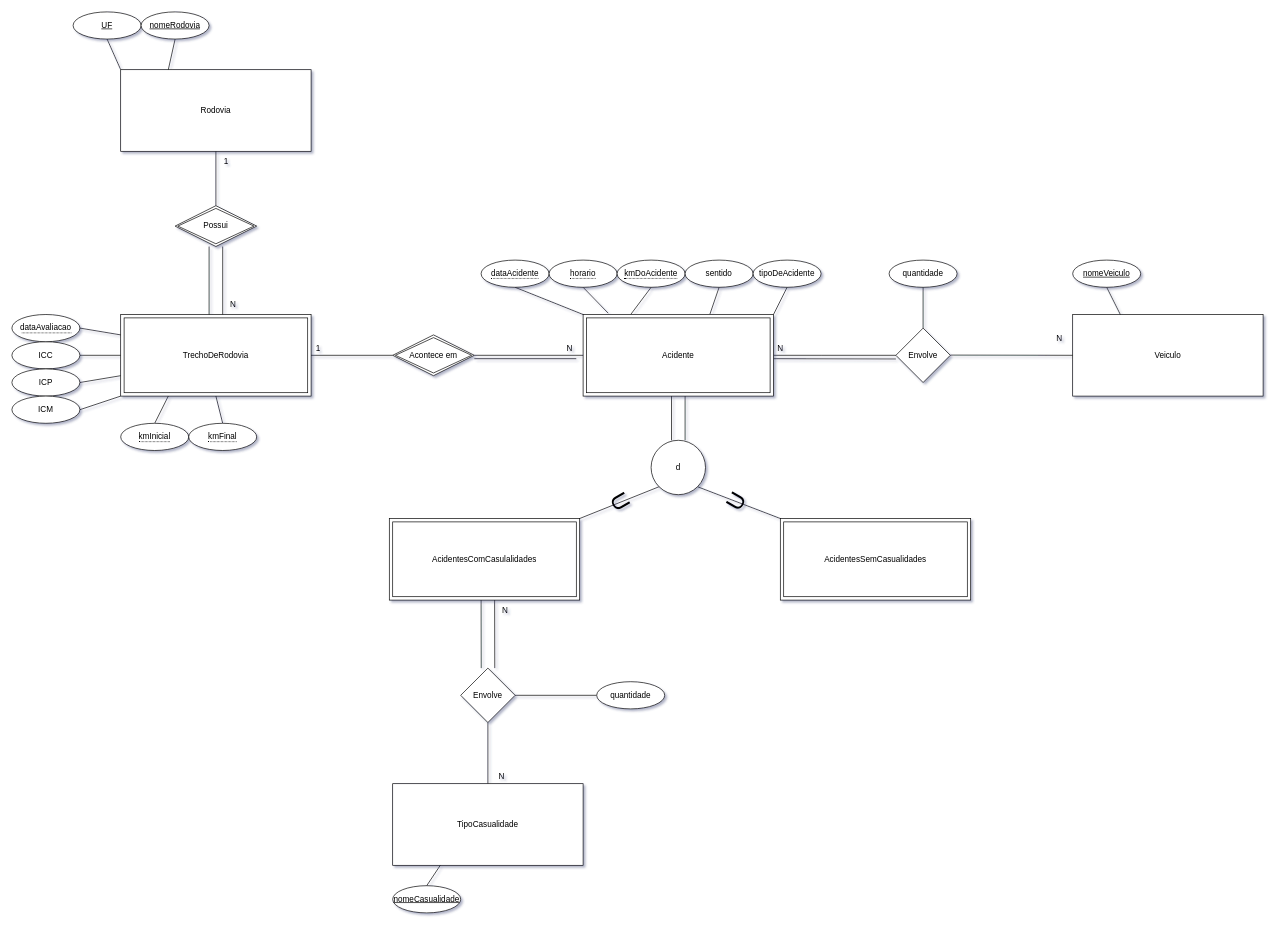
This is Modelos/Modelo entidade relacionamento.drawio from rmshimomura/Road-accidents-analysis, a draw.io file, before an edit. Source tidied: cells renumbered, new cells numbered last; positions are measured from the earlier drawing's top-left corner, leaving out a move shared by most shapes. Both pictures are drawn from the tidied source at 68%, with x=0, y=0 at pixel (12, 12).
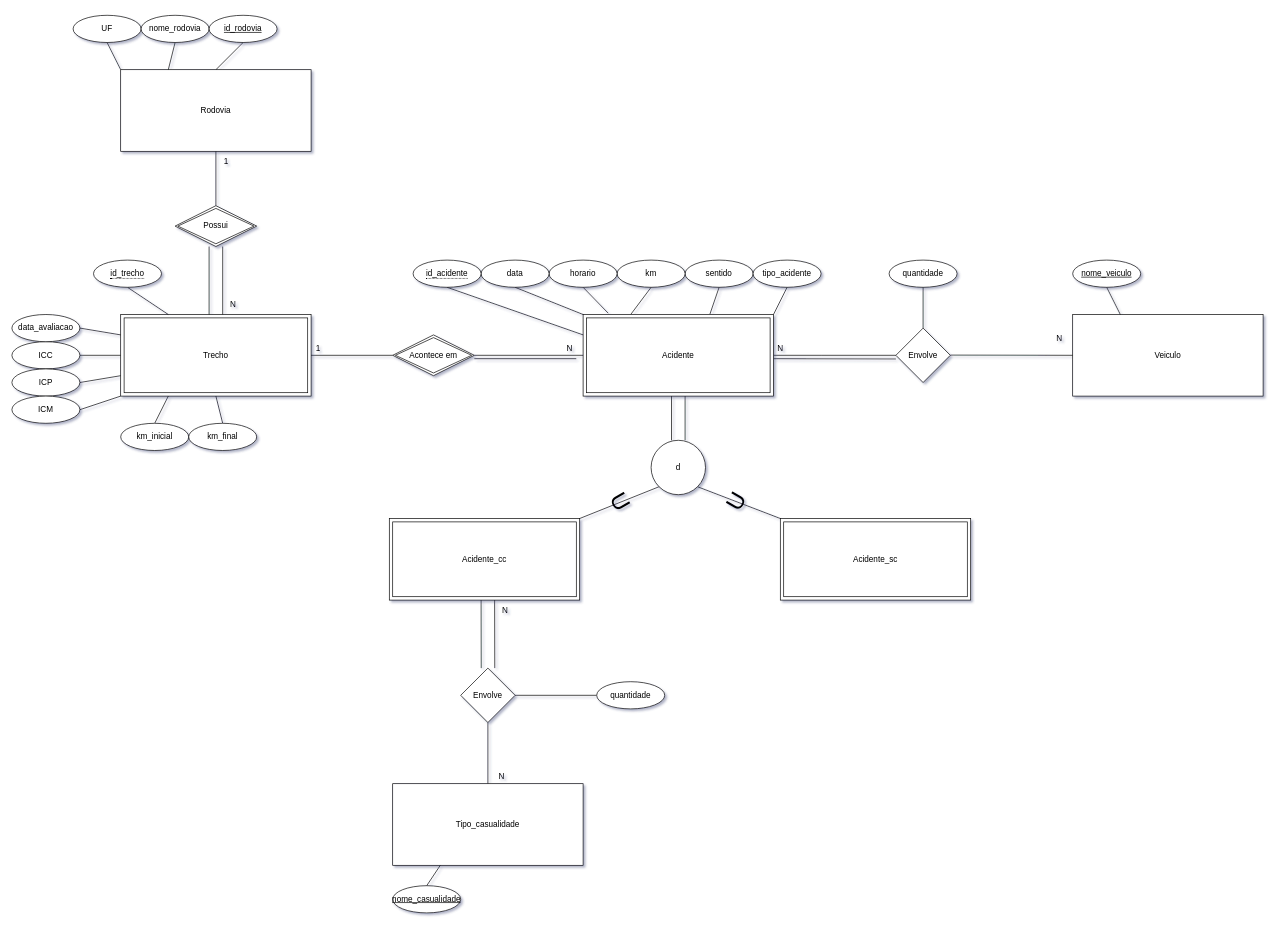
The same page after the edit.

The change refers to these unchanged cells:
```xml
<mxCell id="32" value="Acidente" style="shape=ext;margin=3;double=1;whiteSpace=wrap;html=1;align=center;" parent="1" vertex="1">
  <mxGeometry x="840" y="445" width="280" height="120" as="geometry" />
</mxCell>
<mxCell id="34" value="Rodovia" style="whiteSpace=wrap;html=1;align=center;" parent="1" vertex="1">
  <mxGeometry x="160" y="85" width="280" height="120" as="geometry" />
</mxCell>
```

Diff of the diagram source:
```diff
@@
-    <mxCell id="4" style="edgeStyle=none;rounded=0;jettySize=auto;html=1;exitX=0.5;exitY=1;exitDx=0;exitDy=0;entryX=0;entryY=0;entryDx=0;entryDy=0;endArrow=none;endFill=0;" parent="1" edge="1" source="65">
+    <mxCell id="4" style="edgeStyle=none;rounded=0;jettySize=auto;html=1;exitX=0.5;exitY=1;exitDx=0;exitDy=0;entryX=0;entryY=0;entryDx=0;entryDy=0;endArrow=none;endFill=0;" parent="1" edge="1" source="83">
       <mxGeometry relative="1" as="geometry">
         <mxPoint x="840" y="445" as="targetPoint" />
       </mxGeometry>
     </mxCell>
@@
-    <mxCell id="6" style="edgeStyle=none;rounded=0;jettySize=auto;html=1;exitX=0.5;exitY=1;exitDx=0;exitDy=0;entryX=0.25;entryY=0;entryDx=0;entryDy=0;endArrow=none;endFill=0;" parent="1" edge="1" source="67">
+    <mxCell id="6" style="edgeStyle=none;rounded=0;jettySize=auto;html=1;exitX=0.5;exitY=1;exitDx=0;exitDy=0;entryX=0.25;entryY=0;entryDx=0;entryDy=0;endArrow=none;endFill=0;" parent="1" edge="1" source="82">
       <mxGeometry relative="1" as="geometry">
         <mxPoint x="910" y="445" as="targetPoint" />
       </mxGeometry>
     </mxCell>
@@
-    <mxCell id="18" value="nomeVeiculo" style="ellipse;whiteSpace=wrap;html=1;align=center;fontStyle=4;" parent="1" vertex="1">
+    <mxCell id="18" value="nome_veiculo" style="ellipse;whiteSpace=wrap;html=1;align=center;fontStyle=4;" parent="1" vertex="1">
       <mxGeometry x="1560" y="365" width="100" height="40" as="geometry" />
     </mxCell>
@@
-    <mxCell id="27" value="TipoCasualidade" style="whiteSpace=wrap;html=1;align=center;" parent="1" vertex="1">
+    <mxCell id="27" value="Tipo_casualidade" style="whiteSpace=wrap;html=1;align=center;" parent="1" vertex="1">
       <mxGeometry x="560" y="1135" width="280" height="120" as="geometry" />
     </mxCell>
@@
-    <mxCell id="31" value="nomeCasualidade" style="ellipse;whiteSpace=wrap;html=1;align=center;fontStyle=4;" parent="1" vertex="1">
+    <mxCell id="31" value="nome_casualidade" style="ellipse;whiteSpace=wrap;html=1;align=center;fontStyle=4;" parent="1" vertex="1">
       <mxGeometry x="560" y="1285" width="100" height="40" as="geometry" />
     </mxCell>
@@
+    <mxCell id="74" style="edgeStyle=none;html=1;exitX=0.5;exitY=0;exitDx=0;exitDy=0;entryX=0.5;entryY=1;entryDx=0;entryDy=0;endArrow=none;endFill=0;" parent="1" edge="1" source="34" target="76">
+      <mxGeometry relative="1" as="geometry" />
+    </mxCell>
@@
-    <mxCell id="36" value="UF" style="ellipse;whiteSpace=wrap;html=1;align=center;fontStyle=4;" parent="1" vertex="1">
-      <mxGeometry x="90" width="100" height="40" as="geometry" />
-    </mxCell>
-    <mxCell id="37" style="edgeStyle=none;rounded=0;jettySize=auto;html=1;exitX=0.5;exitY=1;exitDx=0;exitDy=0;entryX=0.25;entryY=0;entryDx=0;entryDy=0;endArrow=none;endFill=0;" parent="1" edge="1" source="38" target="34">
+    <mxCell id="37" style="edgeStyle=none;rounded=0;jettySize=auto;html=1;exitX=0.5;exitY=1;exitDx=0;exitDy=0;entryX=0.25;entryY=0;entryDx=0;entryDy=0;endArrow=none;endFill=0;" parent="1" edge="1" source="75" target="34">
       <mxGeometry relative="1" as="geometry" />
     </mxCell>
-    <mxCell id="38" value="nomeRodovia" style="ellipse;whiteSpace=wrap;html=1;align=center;fontStyle=4;" parent="1" vertex="1">
-      <mxGeometry x="190" width="100" height="40" as="geometry" />
-    </mxCell>
-    <mxCell id="39" value="TrechoDeRodovia" style="shape=ext;margin=3;double=1;whiteSpace=wrap;html=1;align=center;" parent="1" vertex="1">
+    <mxCell id="39" value="Trecho" style="shape=ext;margin=3;double=1;whiteSpace=wrap;html=1;align=center;" parent="1" vertex="1">
       <mxGeometry x="160" y="445" width="280" height="120" as="geometry" />
     </mxCell>
@@
-    <mxCell id="51" style="edgeStyle=none;rounded=0;jettySize=auto;html=1;exitX=0.5;exitY=0;exitDx=0;exitDy=0;entryX=0.25;entryY=1;entryDx=0;entryDy=0;endArrow=none;endFill=0;" parent="1" edge="1" source="52" target="39">
+    <mxCell id="51" style="edgeStyle=none;rounded=0;jettySize=auto;html=1;exitX=0.5;exitY=0;exitDx=0;exitDy=0;entryX=0.25;entryY=1;entryDx=0;entryDy=0;endArrow=none;endFill=0;" parent="1" edge="1" source="78" target="39">
       <mxGeometry relative="1" as="geometry" />
     </mxCell>
-    <mxCell id="52" value="&lt;span style=&quot;border-bottom: 1px dotted&quot;&gt;kmInicial&lt;/span&gt;" style="ellipse;whiteSpace=wrap;html=1;align=center;" parent="1" vertex="1">
-      <mxGeometry x="160" y="605" width="100" height="40" as="geometry" />
-    </mxCell>
-    <mxCell id="53" style="edgeStyle=none;rounded=0;jettySize=auto;html=1;exitX=0.5;exitY=0;exitDx=0;exitDy=0;entryX=0.5;entryY=1;entryDx=0;entryDy=0;endArrow=none;endFill=0;" parent="1" edge="1" source="54" target="39">
+    <mxCell id="53" style="edgeStyle=none;rounded=0;jettySize=auto;html=1;exitX=0.5;exitY=0;exitDx=0;exitDy=0;entryX=0.5;entryY=1;entryDx=0;entryDy=0;endArrow=none;endFill=0;" parent="1" edge="1" source="79" target="39">
       <mxGeometry relative="1" as="geometry" />
     </mxCell>
-    <mxCell id="54" value="&lt;span style=&quot;border-bottom: 1px dotted&quot;&gt;kmFinal&lt;/span&gt;" style="ellipse;whiteSpace=wrap;html=1;align=center;" parent="1" vertex="1">
-      <mxGeometry x="260" y="605" width="100" height="40" as="geometry" />
-    </mxCell>
-    <mxCell id="55" style="edgeStyle=none;rounded=0;jettySize=auto;html=1;exitX=1;exitY=0.5;exitDx=0;exitDy=0;entryX=0;entryY=0.25;entryDx=0;entryDy=0;endArrow=none;endFill=0;" parent="1" edge="1" source="73" target="39">
+    <mxCell id="55" style="edgeStyle=none;rounded=0;jettySize=auto;html=1;exitX=1;exitY=0.5;exitDx=0;exitDy=0;entryX=0;entryY=0.25;entryDx=0;entryDy=0;endArrow=none;endFill=0;" parent="1" edge="1" source="77" target="39">
       <mxGeometry relative="1" as="geometry" />
     </mxCell>
@@
-    <mxCell id="65" value="&lt;span style=&quot;border-bottom: 1px dotted&quot;&gt;dataAcidente&lt;/span&gt;" style="ellipse;whiteSpace=wrap;html=1;align=center;" parent="1" vertex="1">
-      <mxGeometry x="690" y="365" width="100" height="40" as="geometry" />
-    </mxCell>
-    <mxCell id="66" value="&lt;span style=&quot;border-bottom: 1px dotted&quot;&gt;horario&lt;/span&gt;" style="ellipse;whiteSpace=wrap;html=1;align=center;" parent="1" vertex="1">
-      <mxGeometry x="790" y="365" width="100" height="40" as="geometry" />
-    </mxCell>
-    <mxCell id="67" value="&lt;span style=&quot;border-bottom: 1px dotted&quot;&gt;kmDoAcidente&lt;/span&gt;" style="ellipse;whiteSpace=wrap;html=1;align=center;" parent="1" vertex="1">
-      <mxGeometry x="890" y="365" width="100" height="40" as="geometry" />
-    </mxCell>
-    <mxCell id="68" value="AcidentesSemCasualidades" style="shape=ext;margin=3;double=1;whiteSpace=wrap;html=1;align=center;" parent="1" vertex="1">
+    <mxCell id="68" value="Acidente_sc" style="shape=ext;margin=3;double=1;whiteSpace=wrap;html=1;align=center;" parent="1" vertex="1">
       <mxGeometry x="1130" y="745" width="280" height="120" as="geometry" />
     </mxCell>
-    <mxCell id="69" value="AcidentesComCasulalidades" style="shape=ext;margin=3;double=1;whiteSpace=wrap;html=1;align=center;" parent="1" vertex="1">
+    <mxCell id="69" value="Acidente_cc" style="shape=ext;margin=3;double=1;whiteSpace=wrap;html=1;align=center;" parent="1" vertex="1">
       <mxGeometry x="555" y="745" width="280" height="120" as="geometry" />
     </mxCell>
@@
-    <mxCell id="72" value="tipoDeAcidente" style="ellipse;whiteSpace=wrap;html=1;align=center;" parent="1" vertex="1">
+    <mxCell id="72" value="tipo_acidente" style="ellipse;whiteSpace=wrap;html=1;align=center;" parent="1" vertex="1">
       <mxGeometry x="1090" y="365" width="100" height="40" as="geometry" />
     </mxCell>
-    <mxCell id="73" value="&lt;span style=&quot;border-bottom: 1px dotted&quot;&gt;dataAvaliacao&lt;/span&gt;" style="ellipse;whiteSpace=wrap;html=1;align=center;" parent="1" vertex="1">
-      <mxGeometry y="445" width="100" height="40" as="geometry" />
-    </mxCell>
+    <mxCell id="36" value="UF" style="ellipse;whiteSpace=wrap;html=1;align=center;" parent="1" vertex="1">
+      <mxGeometry x="90" y="5" width="100" height="40" as="geometry" />
+    </mxCell>
+    <mxCell id="75" value="nome_rodovia" style="ellipse;whiteSpace=wrap;html=1;align=center;" parent="1" vertex="1">
+      <mxGeometry x="190" y="5" width="100" height="40" as="geometry" />
+    </mxCell>
+    <mxCell id="76" value="id_rodovia" style="ellipse;whiteSpace=wrap;html=1;align=center;fontStyle=4;" parent="1" vertex="1">
+      <mxGeometry x="290" y="5" width="100" height="40" as="geometry" />
+    </mxCell>
+    <mxCell id="77" value="data_avaliacao" style="ellipse;whiteSpace=wrap;html=1;align=center;" parent="1" vertex="1">
+      <mxGeometry y="445" width="100" height="40" as="geometry" />
+    </mxCell>
+    <mxCell id="78" value="km_inicial" style="ellipse;whiteSpace=wrap;html=1;align=center;" parent="1" vertex="1">
+      <mxGeometry x="160" y="605" width="100" height="40" as="geometry" />
+    </mxCell>
+    <mxCell id="79" value="km_final" style="ellipse;whiteSpace=wrap;html=1;align=center;" parent="1" vertex="1">
+      <mxGeometry x="260" y="605" width="100" height="40" as="geometry" />
+    </mxCell>
+    <mxCell id="80" style="edgeStyle=none;html=1;exitX=0.5;exitY=1;exitDx=0;exitDy=0;entryX=0.25;entryY=0;entryDx=0;entryDy=0;endArrow=none;endFill=0;" parent="1" edge="1" source="81" target="39">
+      <mxGeometry relative="1" as="geometry" />
+    </mxCell>
+    <mxCell id="81" value="&lt;span style=&quot;border-bottom: 1px dotted&quot;&gt;id_trecho&lt;/span&gt;" style="ellipse;whiteSpace=wrap;html=1;align=center;" parent="1" vertex="1">
+      <mxGeometry x="120" y="365" width="100" height="40" as="geometry" />
+    </mxCell>
+    <mxCell id="82" value="km" style="ellipse;whiteSpace=wrap;html=1;align=center;" parent="1" vertex="1">
+      <mxGeometry x="890" y="365" width="100" height="40" as="geometry" />
+    </mxCell>
+    <mxCell id="66" value="horario" style="ellipse;whiteSpace=wrap;html=1;align=center;" parent="1" vertex="1">
+      <mxGeometry x="790" y="365" width="100" height="40" as="geometry" />
+    </mxCell>
+    <mxCell id="83" value="data" style="ellipse;whiteSpace=wrap;html=1;align=center;" parent="1" vertex="1">
+      <mxGeometry x="690" y="365" width="100" height="40" as="geometry" />
+    </mxCell>
+    <mxCell id="84" style="edgeStyle=none;html=1;exitX=0.5;exitY=1;exitDx=0;exitDy=0;entryX=0;entryY=0.25;entryDx=0;entryDy=0;endArrow=none;endFill=0;" parent="1" edge="1" source="85" target="32">
+      <mxGeometry relative="1" as="geometry" />
+    </mxCell>
+    <mxCell id="85" value="&lt;span style=&quot;border-bottom: 1px dotted&quot;&gt;id_acidente&lt;/span&gt;" style="ellipse;whiteSpace=wrap;html=1;align=center;" parent="1" vertex="1">
+      <mxGeometry x="590" y="365" width="100" height="40" as="geometry" />
+    </mxCell>
```
